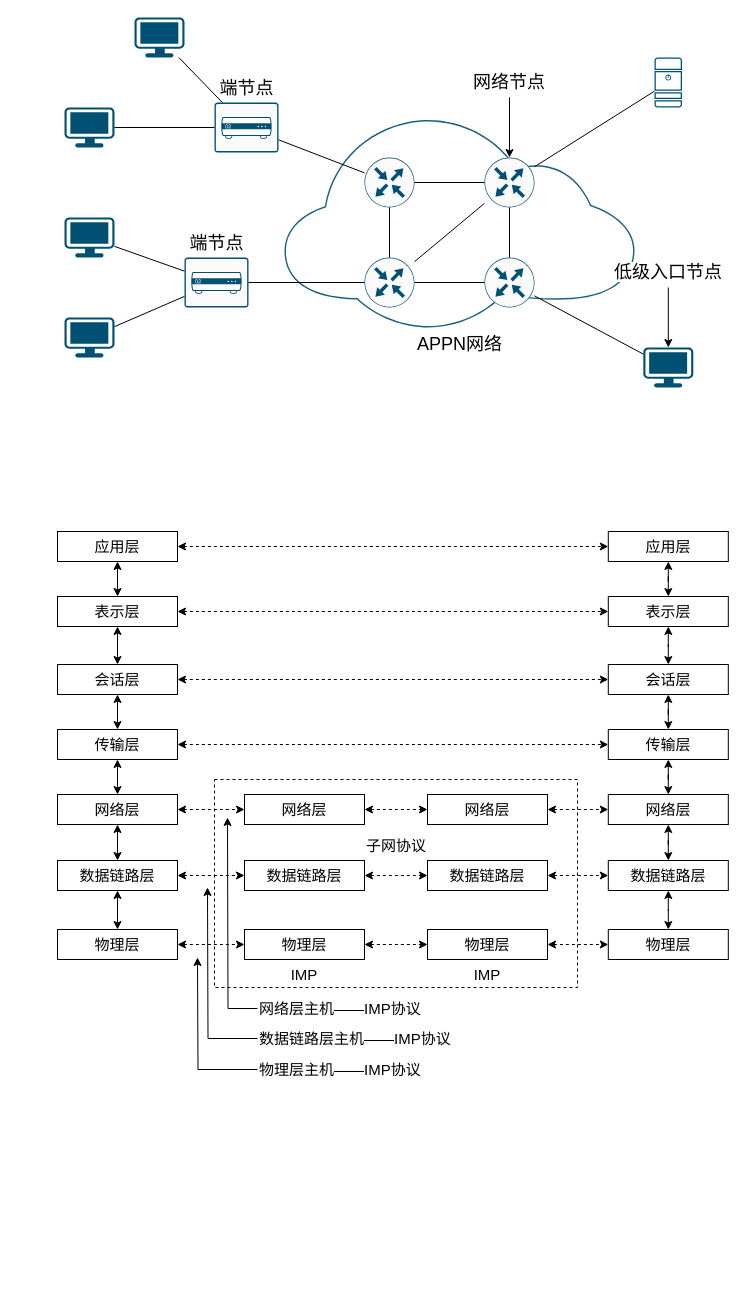
Before: network-engineer.drawio in natop/drawio, a draw.io diagram. Source tidied: cells renumbered, new cells numbered last; positions are measured from the earlier drawing's top-left corner, leaving out a move shared by most shapes. Both pictures are drawn from the tidied source at 100%, with x=0, y=0 at pixel (57, 17).
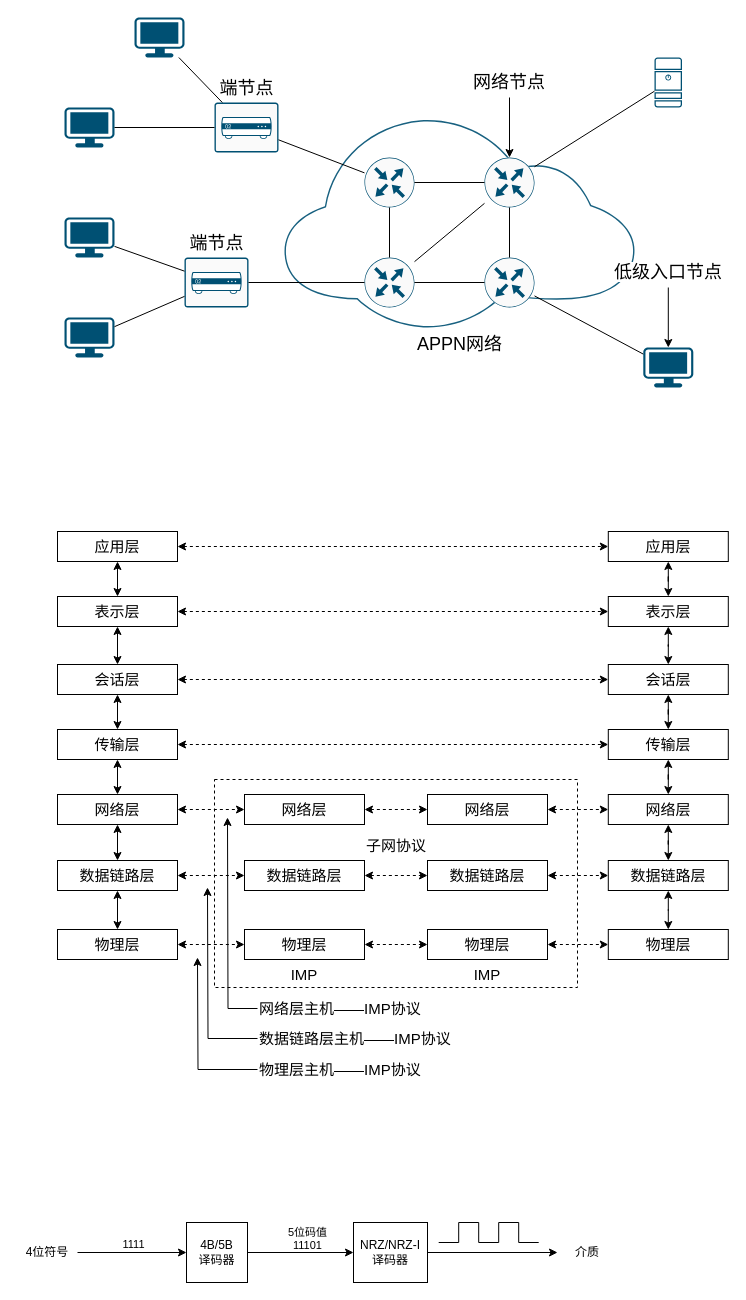
After the change.

Diff of the diagram source:
```diff
@@
+    <mxCell id="87" style="edgeStyle=orthogonalEdgeStyle;rounded=0;jettySize=auto;html=1;" parent="1" edge="1" source="89" target="92">
+      <mxGeometry relative="1" as="geometry" />
+    </mxCell>
+    <mxCell id="88" value="1111" style="edgeLabel;html=1;align=center;verticalAlign=bottom;" parent="87" vertex="1">
+      <mxGeometry relative="1" as="geometry" />
+    </mxCell>
+    <mxCell id="89" value="4位符号" style="text;html=1;align=center;verticalAlign=middle;whiteSpace=wrap;rounded=0;" parent="1" vertex="1">
+      <mxGeometry x="-40" y="1220" width="60" height="30" as="geometry" />
+    </mxCell>
+    <mxCell id="90" style="edgeStyle=orthogonalEdgeStyle;rounded=0;jettySize=auto;html=1;" parent="1" edge="1" source="92" target="94">
+      <mxGeometry relative="1" as="geometry" />
+    </mxCell>
+    <mxCell id="91" value="&lt;div&gt;5位码值&lt;/div&gt;11101" style="edgeLabel;html=1;align=center;verticalAlign=bottom;" parent="90" vertex="1">
+      <mxGeometry x="0.11" y="-1" relative="1" as="geometry" />
+    </mxCell>
+    <mxCell id="92" value="4B/5B&lt;div&gt;译码器&lt;/div&gt;" style="rounded=0;whiteSpace=wrap;html=1;" parent="1" vertex="1">
+      <mxGeometry x="129" y="1205" width="61" height="60" as="geometry" />
+    </mxCell>
+    <mxCell id="93" style="edgeStyle=orthogonalEdgeStyle;rounded=0;jettySize=auto;html=1;" parent="1" edge="1" source="94" target="95">
+      <mxGeometry relative="1" as="geometry" />
+    </mxCell>
+    <mxCell id="94" value="NRZ/NRZ-I&lt;div&gt;译码器&lt;/div&gt;" style="rounded=0;whiteSpace=wrap;html=1;" parent="1" vertex="1">
+      <mxGeometry x="296" y="1205" width="74" height="60" as="geometry" />
+    </mxCell>
+    <mxCell id="95" value="介质" style="text;html=1;align=center;verticalAlign=middle;whiteSpace=wrap;rounded=0;" parent="1" vertex="1">
+      <mxGeometry x="500" y="1220" width="60" height="30" as="geometry" />
+    </mxCell>
+    <mxCell id="96" style="endArrow=none;html=1;rounded=0;" parent="1" edge="1">
+      <mxGeometry relative="1" as="geometry">
+        <mxPoint x="381.2" y="1225" as="sourcePoint" />
+        <mxPoint x="481.2" y="1225" as="targetPoint" />
+        <Array as="points">
+          <mxPoint x="401.2" y="1225" />
+          <mxPoint x="401.2" y="1205" />
+          <mxPoint x="421.2" y="1205" />
+          <mxPoint x="421.2" y="1225" />
+          <mxPoint x="441.2" y="1225" />
+          <mxPoint x="441.2" y="1205" />
+          <mxPoint x="461.2" y="1205" />
+          <mxPoint x="461.2" y="1225" />
+        </Array>
+      </mxGeometry>
+    </mxCell>
```
